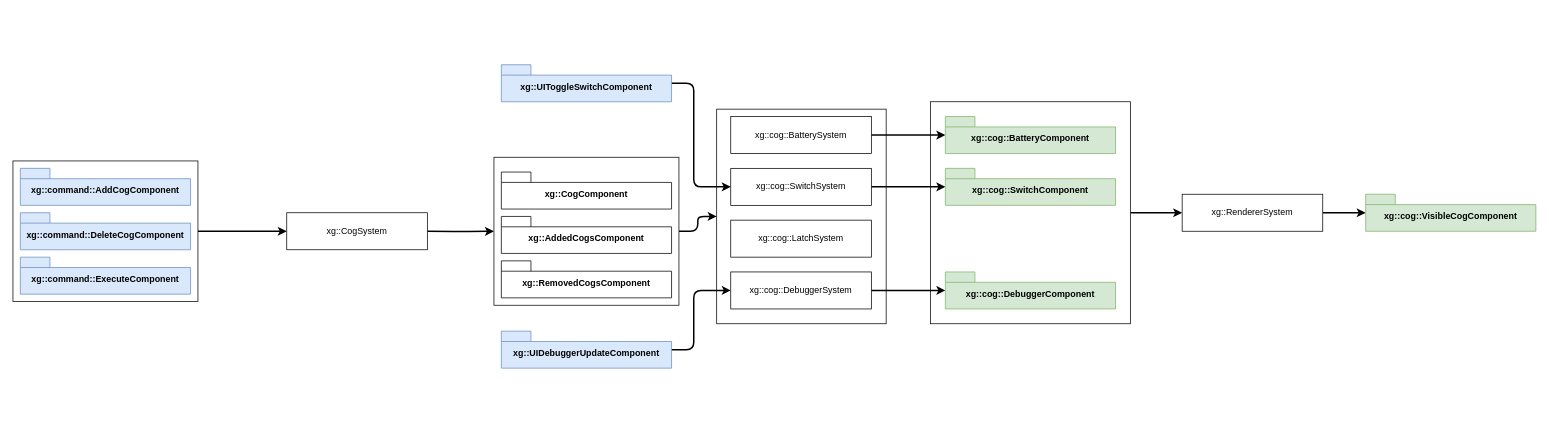
Before: design/cog.drawio in djfooks-kl/breadboard, a draw.io diagram. Source tidied: cells renumbered, new cells numbered last; positions are measured from the earlier drawing's top-left corner, leaving out a move shared by most shapes. Both pictures are drawn from the tidied source at 74%, with x=0, y=0 at pixel (13, 64).
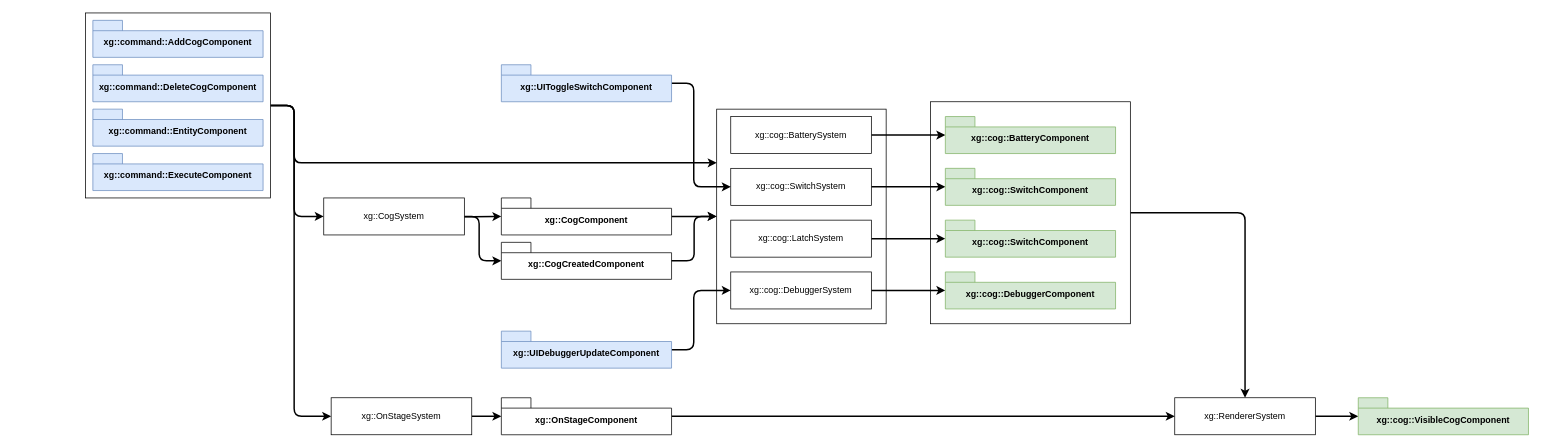
Above is the later version.

The change refers to these unchanged cells:
```xml
<mxCell id="4" style="rounded=0;whiteSpace=wrap;html=1;" parent="1" vertex="1">
  <mxGeometry x="951" y="60" width="229" height="290" as="geometry" />
</mxCell>
<mxCell id="22" value="xg::cog::LatchSystem" style="html=1;whiteSpace=wrap;" parent="1" vertex="1">
  <mxGeometry x="970" y="210" width="190" height="50" as="geometry" />
</mxCell>
```

The edit, as a diff of the source:
```diff
@@
-    <mxCell id="5" style="edgeStyle=orthogonalEdgeStyle;shape=connector;curved=0;rounded=1;jettySize=auto;html=1;strokeColor=default;strokeWidth=2;align=center;verticalAlign=middle;fontFamily=Helvetica;fontSize=11;fontColor=default;labelBackgroundColor=default;endArrow=classic;" parent="1" edge="1" source="6" target="4">
+    <mxCell id="5" style="edgeStyle=orthogonalEdgeStyle;shape=connector;curved=0;rounded=1;jettySize=auto;html=1;strokeColor=default;strokeWidth=2;align=center;verticalAlign=middle;fontFamily=Helvetica;fontSize=11;fontColor=default;labelBackgroundColor=default;endArrow=classic;" parent="1" edge="1" source="13" target="4">
       <mxGeometry relative="1" as="geometry" />
     </mxCell>
-    <mxCell id="6" style="rounded=0;whiteSpace=wrap;html=1;" parent="1" vertex="1">
-      <mxGeometry x="650" y="125" width="250" height="200" as="geometry" />
-    </mxCell>
-    <mxCell id="7" style="edgeStyle=orthogonalEdgeStyle;shape=connector;curved=0;rounded=1;jettySize=auto;html=1;strokeColor=default;strokeWidth=2;align=center;verticalAlign=middle;fontFamily=Helvetica;fontSize=11;fontColor=default;labelBackgroundColor=default;endArrow=classic;" parent="1" edge="1" source="8">
-      <mxGeometry relative="1" as="geometry">
-        <mxPoint x="370" y="225" as="targetPoint" />
-      </mxGeometry>
-    </mxCell>
+    <mxCell id="34" style="edgeStyle=orthogonalEdgeStyle;shape=connector;curved=0;rounded=1;jettySize=auto;html=1;strokeColor=default;strokeWidth=2;align=center;verticalAlign=middle;fontFamily=Helvetica;fontSize=11;fontColor=default;labelBackgroundColor=default;endArrow=classic;" parent="1" edge="1" source="8" target="14">
+      <mxGeometry relative="1" as="geometry">
+        <Array as="points">
+          <mxPoint x="380" y="55" />
+          <mxPoint x="380" y="205" />
+        </Array>
+      </mxGeometry>
+    </mxCell>
+    <mxCell id="35" style="edgeStyle=orthogonalEdgeStyle;shape=connector;curved=0;rounded=1;jettySize=auto;html=1;strokeColor=default;strokeWidth=2;align=center;verticalAlign=middle;fontFamily=Helvetica;fontSize=11;fontColor=default;labelBackgroundColor=default;endArrow=classic;" parent="1" edge="1" source="8" target="42">
+      <mxGeometry relative="1" as="geometry">
+        <Array as="points">
+          <mxPoint x="380" y="55" />
+          <mxPoint x="380" y="475" />
+        </Array>
+      </mxGeometry>
+    </mxCell>
+    <mxCell id="36" style="edgeStyle=orthogonalEdgeStyle;shape=connector;curved=0;rounded=1;jettySize=auto;html=1;entryX=0;entryY=0.25;entryDx=0;entryDy=0;strokeColor=default;strokeWidth=2;align=center;verticalAlign=middle;fontFamily=Helvetica;fontSize=11;fontColor=default;labelBackgroundColor=default;endArrow=classic;" parent="1" edge="1" source="8" target="4">
+      <mxGeometry relative="1" as="geometry">
+        <Array as="points">
+          <mxPoint x="380" y="55" />
+          <mxPoint x="380" y="133" />
+        </Array>
+      </mxGeometry>
+    </mxCell>
     <mxCell id="8" style="rounded=0;whiteSpace=wrap;html=1;" parent="1" vertex="1">
-      <mxGeometry y="130" width="250" height="190" as="geometry" />
+      <mxGeometry x="98" y="-70" width="250" height="250" as="geometry" />
     </mxCell>
     <mxCell id="9" value="xg::command::AddCogComponent" style="shape=folder;fontStyle=1;spacingTop=10;tabWidth=40;tabHeight=14;tabPosition=left;html=1;whiteSpace=wrap;fillColor=#dae8fc;strokeColor=#6c8ebf;" parent="1" vertex="1">
-      <mxGeometry x="10" y="140" width="230" height="50" as="geometry" />
+      <mxGeometry x="108" y="-60" width="230" height="50" as="geometry" />
     </mxCell>
-    <mxCell id="10" value="xg::command::DeleteCogComponent" style="shape=folder;fontStyle=1;spacingTop=10;tabWidth=40;tabHeight=14;tabPosition=left;html=1;whiteSpace=wrap;fillColor=#dae8fc;strokeColor=#6c8ebf;" parent="1" vertex="1">
-      <mxGeometry x="10" y="200" width="230" height="50" as="geometry" />
+    <mxCell id="10" value="xg::command::ExecuteComponent" style="shape=folder;fontStyle=1;spacingTop=10;tabWidth=40;tabHeight=14;tabPosition=left;html=1;whiteSpace=wrap;fillColor=#dae8fc;strokeColor=#6c8ebf;" parent="1" vertex="1">
+      <mxGeometry x="108" y="120" width="230" height="50" as="geometry" />
     </mxCell>
-    <mxCell id="11" value="xg::command::ExecuteComponent" style="shape=folder;fontStyle=1;spacingTop=10;tabWidth=40;tabHeight=14;tabPosition=left;html=1;whiteSpace=wrap;fillColor=#dae8fc;strokeColor=#6c8ebf;" parent="1" vertex="1">
-      <mxGeometry x="10" y="260" width="230" height="50" as="geometry" />
+    <mxCell id="11" value="xg::command::DeleteCogComponent" style="shape=folder;fontStyle=1;spacingTop=10;tabWidth=40;tabHeight=14;tabPosition=left;html=1;whiteSpace=wrap;fillColor=#dae8fc;strokeColor=#6c8ebf;" parent="1" vertex="1">
+      <mxGeometry x="108" width="230" height="50" as="geometry" />
     </mxCell>
-    <mxCell id="12" style="edgeStyle=orthogonalEdgeStyle;shape=connector;curved=0;rounded=1;jettySize=auto;html=1;strokeColor=default;strokeWidth=2;align=center;verticalAlign=middle;fontFamily=Helvetica;fontSize=11;fontColor=default;labelBackgroundColor=default;endArrow=classic;" parent="1" edge="1" target="6">
+    <mxCell id="12" style="edgeStyle=orthogonalEdgeStyle;shape=connector;curved=0;rounded=1;jettySize=auto;html=1;strokeColor=default;strokeWidth=2;align=center;verticalAlign=middle;fontFamily=Helvetica;fontSize=11;fontColor=default;labelBackgroundColor=default;endArrow=classic;" parent="1" edge="1" target="13">
       <mxGeometry relative="1" as="geometry">
-        <mxPoint x="560" y="225" as="sourcePoint" />
+        <mxPoint x="560" y="205" as="sourcePoint" />
       </mxGeometry>
     </mxCell>
     <mxCell id="13" value="xg::CogComponent" style="shape=folder;fontStyle=1;spacingTop=10;tabWidth=40;tabHeight=14;tabPosition=left;html=1;whiteSpace=wrap;" parent="1" vertex="1">
-      <mxGeometry x="660" y="145" width="230" height="50" as="geometry" />
+      <mxGeometry x="660" y="180" width="230" height="50" as="geometry" />
     </mxCell>
+    <mxCell id="37" style="edgeStyle=orthogonalEdgeStyle;shape=connector;curved=0;rounded=1;jettySize=auto;html=1;strokeColor=default;strokeWidth=2;align=center;verticalAlign=middle;fontFamily=Helvetica;fontSize=11;fontColor=default;labelBackgroundColor=default;endArrow=classic;" parent="1" edge="1" source="14" target="45">
+      <mxGeometry relative="1" as="geometry">
+        <Array as="points">
+          <mxPoint x="630" y="205" />
+          <mxPoint x="630" y="265" />
+        </Array>
+      </mxGeometry>
+    </mxCell>
     <mxCell id="14" value="xg::CogSystem" style="html=1;whiteSpace=wrap;" parent="1" vertex="1">
-      <mxGeometry x="370" y="200" width="190" height="50" as="geometry" />
+      <mxGeometry x="420" y="180" width="190" height="50" as="geometry" />
     </mxCell>
@@
     <mxCell id="19" value="xg::RendererSystem" style="html=1;whiteSpace=wrap;" parent="1" vertex="1">
-      <mxGeometry x="1580" y="175" width="190" height="50" as="geometry" />
+      <mxGeometry x="1570" y="450" width="190" height="50" as="geometry" />
     </mxCell>
-    <mxCell id="20" value="xg::AddedCogsComponent" style="shape=folder;fontStyle=1;spacingTop=10;tabWidth=40;tabHeight=14;tabPosition=left;html=1;whiteSpace=wrap;" parent="1" vertex="1">
-      <mxGeometry x="660" y="205" width="230" height="50" as="geometry" />
-    </mxCell>
-    <mxCell id="21" value="xg::RemovedCogsComponent" style="shape=folder;fontStyle=1;spacingTop=10;tabWidth=40;tabHeight=14;tabPosition=left;html=1;whiteSpace=wrap;" parent="1" vertex="1">
-      <mxGeometry x="660" y="265" width="230" height="50" as="geometry" />
-    </mxCell>
+    <mxCell id="38" style="edgeStyle=orthogonalEdgeStyle;shape=connector;curved=0;rounded=1;jettySize=auto;html=1;strokeColor=default;strokeWidth=2;align=center;verticalAlign=middle;fontFamily=Helvetica;fontSize=11;fontColor=default;labelBackgroundColor=default;endArrow=classic;" parent="1" edge="1" source="22" target="39">
+      <mxGeometry relative="1" as="geometry" />
+    </mxCell>
@@
     <mxCell id="33" value="xg::cog::VisibleCogComponent" style="shape=folder;fontStyle=1;spacingTop=10;tabWidth=40;tabHeight=14;tabPosition=left;html=1;whiteSpace=wrap;fillColor=#d5e8d4;strokeColor=#82b366;" parent="1" vertex="1">
-      <mxGeometry x="1828" y="175" width="230" height="50" as="geometry" />
+      <mxGeometry x="1818" y="450" width="230" height="50" as="geometry" />
     </mxCell>
+    <mxCell id="39" value="xg::cog::SwitchComponent" style="shape=folder;fontStyle=1;spacingTop=10;tabWidth=40;tabHeight=14;tabPosition=left;html=1;whiteSpace=wrap;fillColor=#d5e8d4;strokeColor=#82b366;" parent="1" vertex="1">
+      <mxGeometry x="1260" y="210" width="230" height="50" as="geometry" />
+    </mxCell>
+    <mxCell id="40" value="xg::command::EntityComponent" style="shape=folder;fontStyle=1;spacingTop=10;tabWidth=40;tabHeight=14;tabPosition=left;html=1;whiteSpace=wrap;fillColor=#dae8fc;strokeColor=#6c8ebf;" parent="1" vertex="1">
+      <mxGeometry x="108" y="60" width="230" height="50" as="geometry" />
+    </mxCell>
+    <mxCell id="41" style="edgeStyle=orthogonalEdgeStyle;shape=connector;curved=0;rounded=1;jettySize=auto;html=1;strokeColor=default;strokeWidth=2;align=center;verticalAlign=middle;fontFamily=Helvetica;fontSize=11;fontColor=default;labelBackgroundColor=default;endArrow=classic;" parent="1" edge="1" source="42" target="44">
+      <mxGeometry relative="1" as="geometry" />
+    </mxCell>
+    <mxCell id="42" value="xg::OnStageSystem" style="html=1;whiteSpace=wrap;" parent="1" vertex="1">
+      <mxGeometry x="430" y="450" width="190" height="50" as="geometry" />
+    </mxCell>
+    <mxCell id="43" style="edgeStyle=orthogonalEdgeStyle;shape=connector;curved=0;rounded=1;jettySize=auto;html=1;strokeColor=default;strokeWidth=2;align=center;verticalAlign=middle;fontFamily=Helvetica;fontSize=11;fontColor=default;labelBackgroundColor=default;endArrow=classic;" parent="1" edge="1" source="44" target="19">
+      <mxGeometry relative="1" as="geometry" />
+    </mxCell>
+    <mxCell id="44" value="xg::OnStageComponent" style="shape=folder;fontStyle=1;spacingTop=10;tabWidth=40;tabHeight=14;tabPosition=left;html=1;whiteSpace=wrap;" parent="1" vertex="1">
+      <mxGeometry x="660" y="450" width="230" height="50" as="geometry" />
+    </mxCell>
+    <mxCell id="45" value="xg::CogCreatedComponent" style="shape=folder;fontStyle=1;spacingTop=10;tabWidth=40;tabHeight=14;tabPosition=left;html=1;whiteSpace=wrap;" parent="1" vertex="1">
+      <mxGeometry x="660" y="240" width="230" height="50" as="geometry" />
+    </mxCell>
+    <mxCell id="46" style="edgeStyle=orthogonalEdgeStyle;shape=connector;curved=0;rounded=1;jettySize=auto;html=1;strokeColor=default;strokeWidth=2;align=center;verticalAlign=middle;fontFamily=Helvetica;fontSize=11;fontColor=default;labelBackgroundColor=default;endArrow=classic;" parent="1" edge="1" source="45" target="4">
+      <mxGeometry relative="1" as="geometry" />
+    </mxCell>
```
